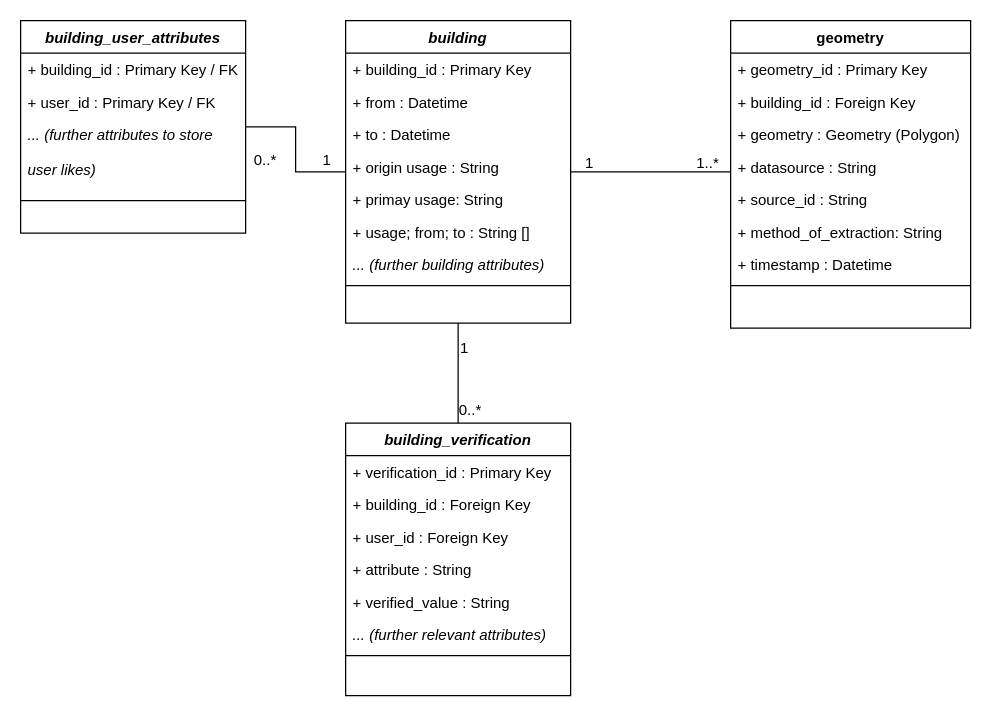
This is ccrp_data_model/Unbenanntes Diagramm.drawio from traveller195/draw_io, a draw.io file, before an edit. Source tidied: cells renumbered, new cells numbered last; positions are measured from the earlier drawing's top-left corner, leaving out a move shared by most shapes. Both pictures are drawn from the tidied source at 125%, with x=0, y=0 at pixel (20, 20).
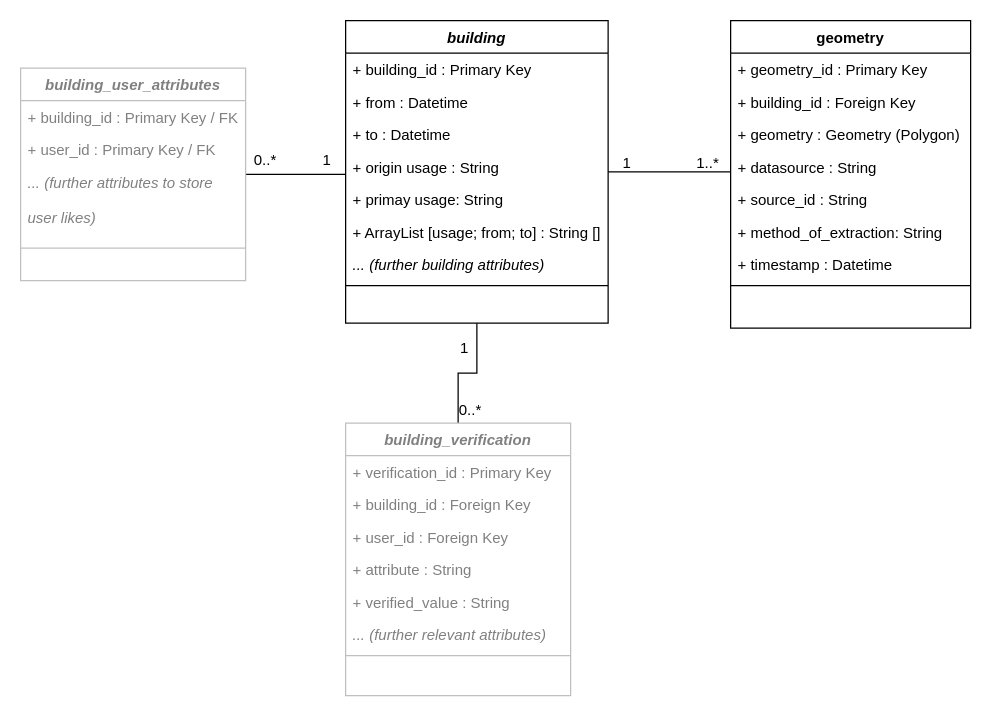
The same page after the edit.

Diff of the diagram source:
```diff
@@
     <mxCell id="3" style="edgeStyle=orthogonalEdgeStyle;rounded=0;jettySize=auto;html=1;endArrow=none;endFill=0;" parent="1" edge="1" source="4" target="35">
-      <mxGeometry relative="1" as="geometry" />
+      <mxGeometry relative="1" as="geometry">
+        <Array as="points">
+          <mxPoint x="240" y="123" />
+          <mxPoint x="240" y="123" />
+        </Array>
+      </mxGeometry>
     </mxCell>
     <mxCell id="4" value="building" style="swimlane;fontStyle=3;align=center;verticalAlign=top;horizontal=1;startSize=26;rounded=0;shadow=0;strokeWidth=1;" parent="1" vertex="1">
-      <mxGeometry x="260" width="180" height="242" as="geometry" />
+      <mxGeometry x="260" width="210" height="242" as="geometry" />
     </mxCell>
     <mxCell id="5" value="+ building_id : Primary Key" style="text;align=left;verticalAlign=top;spacingLeft=4;spacingRight=4;overflow=hidden;" parent="4" vertex="1">
-      <mxGeometry y="26" width="180" height="26" as="geometry" />
+      <mxGeometry y="26" width="210" height="26" as="geometry" />
     </mxCell>
     <mxCell id="6" value="+ from : Datetime" style="text;align=left;verticalAlign=top;spacingLeft=4;spacingRight=4;overflow=hidden;rounded=0;shadow=0;html=0;" parent="4" vertex="1">
-      <mxGeometry y="52" width="180" height="26" as="geometry" />
+      <mxGeometry y="52" width="210" height="26" as="geometry" />
     </mxCell>
     <mxCell id="7" value="+ to : Datetime" style="text;align=left;verticalAlign=top;spacingLeft=4;spacingRight=4;overflow=hidden;rounded=0;shadow=0;html=0;fontStyle=0;" parent="4" vertex="1">
-      <mxGeometry y="78" width="180" height="26" as="geometry" />
+      <mxGeometry y="78" width="210" height="26" as="geometry" />
     </mxCell>
     <mxCell id="8" value="+ origin usage : String" style="text;align=left;verticalAlign=top;spacingLeft=4;spacingRight=4;overflow=hidden;rounded=0;shadow=0;html=0;" parent="4" vertex="1">
-      <mxGeometry y="104" width="180" height="26" as="geometry" />
+      <mxGeometry y="104" width="210" height="26" as="geometry" />
     </mxCell>
     <mxCell id="9" value="+ primay usage: String" style="text;align=left;verticalAlign=top;spacingLeft=4;spacingRight=4;overflow=hidden;rounded=0;shadow=0;html=0;" parent="4" vertex="1">
-      <mxGeometry y="130" width="180" height="26" as="geometry" />
+      <mxGeometry y="130" width="210" height="26" as="geometry" />
     </mxCell>
-    <mxCell id="10" value="+ usage; from; to : String []" style="text;align=left;verticalAlign=top;spacingLeft=4;spacingRight=4;overflow=hidden;rounded=0;shadow=0;html=0;" parent="4" vertex="1">
-      <mxGeometry y="156" width="180" height="26" as="geometry" />
+    <mxCell id="10" value="+ ArrayList [usage; from; to] : String []" style="text;align=left;verticalAlign=top;spacingLeft=4;spacingRight=4;overflow=hidden;rounded=0;shadow=0;html=0;" parent="4" vertex="1">
+      <mxGeometry y="156" width="210" height="26" as="geometry" />
     </mxCell>
     <mxCell id="11" value="... (further building attributes)" style="text;align=left;verticalAlign=top;spacingLeft=4;spacingRight=4;overflow=hidden;rounded=0;shadow=0;html=0;fontStyle=2;" parent="4" vertex="1">
-      <mxGeometry y="182" width="180" height="26" as="geometry" />
+      <mxGeometry y="182" width="210" height="26" as="geometry" />
     </mxCell>
     <mxCell id="12" style="line;html=1;strokeWidth=1;align=left;verticalAlign=middle;spacingTop=-1;spacingLeft=3;spacingRight=3;labelPosition=right;" parent="4" vertex="1">
-      <mxGeometry y="208" width="180" height="8" as="geometry" />
+      <mxGeometry y="208" width="210" height="8" as="geometry" />
     </mxCell>
@@
-    <mxCell id="25" value="building_verification" style="swimlane;fontStyle=3;align=center;verticalAlign=top;horizontal=1;startSize=26;rounded=0;shadow=0;strokeWidth=1;" parent="1" vertex="1">
+    <mxCell id="25" value="building_verification" style="swimlane;fontStyle=3;align=center;verticalAlign=top;horizontal=1;startSize=26;rounded=0;shadow=0;strokeWidth=1;strokeColor=#c0c0c0;fontColor=#808080;" parent="1" vertex="1">
       <mxGeometry x="260" y="322" width="180" height="218" as="geometry" />
     </mxCell>
-    <mxCell id="26" value="+ verification_id : Primary Key" style="text;align=left;verticalAlign=top;spacingLeft=4;spacingRight=4;overflow=hidden;" parent="25" vertex="1">
+    <mxCell id="26" value="+ verification_id : Primary Key" style="text;align=left;verticalAlign=top;spacingLeft=4;spacingRight=4;overflow=hidden;fontColor=#808080;" parent="25" vertex="1">
       <mxGeometry y="26" width="180" height="26" as="geometry" />
     </mxCell>
-    <mxCell id="27" value="+ building_id : Foreign Key" style="text;align=left;verticalAlign=top;spacingLeft=4;spacingRight=4;overflow=hidden;" parent="25" vertex="1">
+    <mxCell id="27" value="+ building_id : Foreign Key" style="text;align=left;verticalAlign=top;spacingLeft=4;spacingRight=4;overflow=hidden;fontColor=#808080;" parent="25" vertex="1">
       <mxGeometry y="52" width="180" height="26" as="geometry" />
     </mxCell>
-    <mxCell id="28" value="+ user_id : Foreign Key" style="text;align=left;verticalAlign=top;spacingLeft=4;spacingRight=4;overflow=hidden;" parent="25" vertex="1">
+    <mxCell id="28" value="+ user_id : Foreign Key" style="text;align=left;verticalAlign=top;spacingLeft=4;spacingRight=4;overflow=hidden;fontColor=#808080;" parent="25" vertex="1">
       <mxGeometry y="78" width="180" height="26" as="geometry" />
     </mxCell>
-    <mxCell id="29" value="+ attribute : String" style="text;align=left;verticalAlign=top;spacingLeft=4;spacingRight=4;overflow=hidden;" parent="25" vertex="1">
+    <mxCell id="29" value="+ attribute : String" style="text;align=left;verticalAlign=top;spacingLeft=4;spacingRight=4;overflow=hidden;fontColor=#808080;" parent="25" vertex="1">
       <mxGeometry y="104" width="180" height="26" as="geometry" />
     </mxCell>
-    <mxCell id="30" value="+ verified_value : String" style="text;align=left;verticalAlign=top;spacingLeft=4;spacingRight=4;overflow=hidden;" parent="25" vertex="1">
+    <mxCell id="30" value="+ verified_value : String" style="text;align=left;verticalAlign=top;spacingLeft=4;spacingRight=4;overflow=hidden;fontColor=#808080;" parent="25" vertex="1">
       <mxGeometry y="130" width="180" height="26" as="geometry" />
     </mxCell>
-    <mxCell id="31" value="... (further relevant attributes)" style="text;align=left;verticalAlign=top;spacingLeft=4;spacingRight=4;overflow=hidden;fontStyle=2;" parent="25" vertex="1">
+    <mxCell id="31" value="... (further relevant attributes)" style="text;align=left;verticalAlign=top;spacingLeft=4;spacingRight=4;overflow=hidden;fontStyle=2;fontColor=#808080;" parent="25" vertex="1">
       <mxGeometry y="156" width="180" height="26" as="geometry" />
     </mxCell>
-    <mxCell id="32" style="line;html=1;strokeWidth=1;align=left;verticalAlign=middle;spacingTop=-1;spacingLeft=3;spacingRight=3;labelPosition=right;" parent="25" vertex="1">
+    <mxCell id="32" style="line;html=1;strokeWidth=1;align=left;verticalAlign=middle;spacingTop=-1;spacingLeft=3;spacingRight=3;labelPosition=right;strokeColor=#c0c0c0;" parent="25" vertex="1">
       <mxGeometry y="182" width="180" height="8" as="geometry" />
     </mxCell>
@@
-    <mxCell id="35" value="building_user_attributes" style="swimlane;fontStyle=3;align=center;verticalAlign=top;horizontal=1;startSize=26;rounded=0;shadow=0;strokeWidth=1;" parent="1" vertex="1">
-      <mxGeometry width="180" height="170" as="geometry" />
+    <mxCell id="35" value="building_user_attributes" style="swimlane;fontStyle=3;align=center;verticalAlign=top;horizontal=1;startSize=26;rounded=0;shadow=0;strokeWidth=1;strokeColor=#c0c0c0;fontColor=#808080;" parent="1" vertex="1">
+      <mxGeometry y="38" width="180" height="170" as="geometry" />
     </mxCell>
-    <mxCell id="36" value="+ building_id : Primary Key / FK" style="text;align=left;verticalAlign=top;spacingLeft=4;spacingRight=4;overflow=hidden;" parent="35" vertex="1">
+    <mxCell id="36" value="+ building_id : Primary Key / FK" style="text;align=left;verticalAlign=top;spacingLeft=4;spacingRight=4;overflow=hidden;fontColor=#808080;" parent="35" vertex="1">
       <mxGeometry y="26" width="180" height="26" as="geometry" />
     </mxCell>
-    <mxCell id="37" value="+ user_id : Primary Key / FK" style="text;align=left;verticalAlign=top;spacingLeft=4;spacingRight=4;overflow=hidden;rounded=0;shadow=0;html=0;" parent="35" vertex="1">
+    <mxCell id="37" value="+ user_id : Primary Key / FK" style="text;align=left;verticalAlign=top;spacingLeft=4;spacingRight=4;overflow=hidden;rounded=0;shadow=0;html=0;fontColor=#808080;" parent="35" vertex="1">
       <mxGeometry y="52" width="180" height="26" as="geometry" />
     </mxCell>
-    <mxCell id="38" value="... (further attributes to store &#10;&#10;user likes)" style="text;align=left;verticalAlign=top;spacingLeft=4;spacingRight=4;overflow=hidden;rounded=0;shadow=0;html=0;fontStyle=2;" parent="35" vertex="1">
+    <mxCell id="38" value="... (further attributes to store &#10;&#10;user likes)" style="text;align=left;verticalAlign=top;spacingLeft=4;spacingRight=4;overflow=hidden;rounded=0;shadow=0;html=0;fontStyle=2;fontColor=#808080;" parent="35" vertex="1">
       <mxGeometry y="78" width="180" height="62" as="geometry" />
     </mxCell>
-    <mxCell id="39" style="line;html=1;strokeWidth=1;align=left;verticalAlign=middle;spacingTop=-1;spacingLeft=3;spacingRight=3;labelPosition=right;" parent="35" vertex="1">
+    <mxCell id="39" style="line;html=1;strokeWidth=1;align=left;verticalAlign=middle;spacingTop=-1;spacingLeft=3;spacingRight=3;labelPosition=right;strokeColor=#c0c0c0;" parent="35" vertex="1">
       <mxGeometry y="140" width="180" height="8" as="geometry" />
     </mxCell>
```
